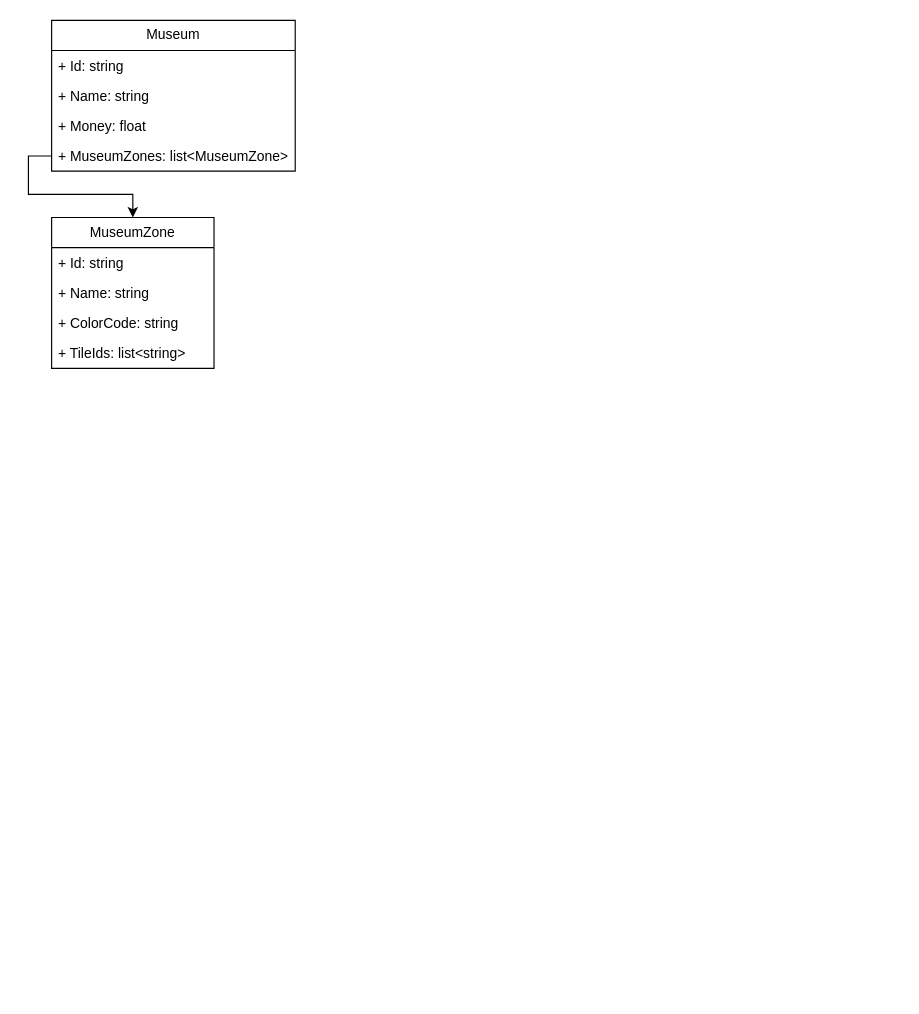
Above: page "Museum" (3 of 3) of MuseumArchitecture.drawio in shadmanArko/ProjectMuseum (draw.io), before the change. Source tidied: cells renumbered, new cells numbered last; positions are measured from the earlier drawing's top-left corner, leaving out a move shared by most shapes. Both pictures are drawn from the tidied source at 116%, with x=0, y=0 at pixel (51, 20).
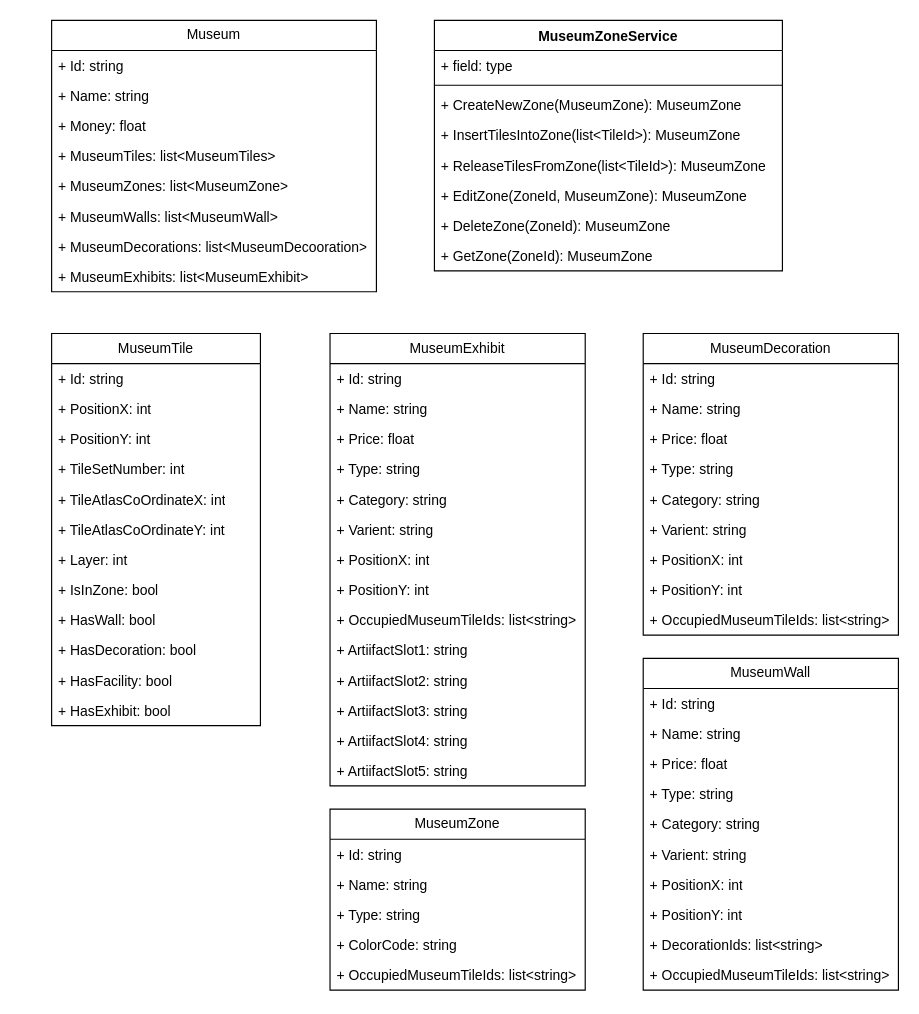
After the change.

Commit message (it also covers changes not shown here):
Update Museum Archi

Diff of the diagram source:
```diff
@@
     <mxCell id="2" value="MuseumZone" style="swimlane;fontStyle=0;horizontal=1;startSize=26;fillColor=none;whiteSpace=wrap;html=1;" parent="1" vertex="1">
-      <mxGeometry y="170" width="140" height="130" as="geometry" />
+      <mxGeometry x="240" y="680" width="220" height="156" as="geometry" />
     </mxCell>
     <mxCell id="3" value="+ Id: string" style="text;strokeColor=none;fillColor=none;align=left;verticalAlign=top;spacingLeft=4;spacingRight=4;overflow=hidden;whiteSpace=wrap;html=1;" parent="2" vertex="1">
-      <mxGeometry y="26" width="140" height="26" as="geometry" />
+      <mxGeometry y="26" width="220" height="26" as="geometry" />
     </mxCell>
     <mxCell id="4" value="+ Name: string" style="text;strokeColor=none;fillColor=none;align=left;verticalAlign=top;spacingLeft=4;spacingRight=4;overflow=hidden;whiteSpace=wrap;html=1;" parent="2" vertex="1">
-      <mxGeometry y="52" width="140" height="26" as="geometry" />
+      <mxGeometry y="52" width="220" height="26" as="geometry" />
     </mxCell>
+    <mxCell id="13" value="+ Type: string" style="text;strokeColor=none;fillColor=none;align=left;verticalAlign=top;spacingLeft=4;spacingRight=4;overflow=hidden;whiteSpace=wrap;html=1;" parent="2" vertex="1">
+      <mxGeometry y="78" width="220" height="26" as="geometry" />
+    </mxCell>
     <mxCell id="5" value="+ ColorCode: string" style="text;strokeColor=none;fillColor=none;align=left;verticalAlign=top;spacingLeft=4;spacingRight=4;overflow=hidden;whiteSpace=wrap;html=1;" parent="2" vertex="1">
-      <mxGeometry y="78" width="140" height="26" as="geometry" />
+      <mxGeometry y="104" width="220" height="26" as="geometry" />
     </mxCell>
-    <mxCell id="6" value="+ TileIds: list&amp;lt;string&amp;gt;" style="text;strokeColor=none;fillColor=none;align=left;verticalAlign=top;spacingLeft=4;spacingRight=4;overflow=hidden;whiteSpace=wrap;html=1;" parent="2" vertex="1">
-      <mxGeometry y="104" width="140" height="26" as="geometry" />
+    <mxCell id="6" value="+ OccupiedMuseumTileIds: list&amp;lt;string&amp;gt;" style="text;strokeColor=none;fillColor=none;align=left;verticalAlign=top;spacingLeft=4;spacingRight=4;overflow=hidden;whiteSpace=wrap;html=1;" parent="2" vertex="1">
+      <mxGeometry y="130" width="220" height="26" as="geometry" />
     </mxCell>
     <mxCell id="7" value="Museum" style="swimlane;fontStyle=0;horizontal=1;startSize=26;fillColor=none;whiteSpace=wrap;html=1;" parent="1" vertex="1">
-      <mxGeometry width="210" height="130" as="geometry" />
+      <mxGeometry width="280" height="234" as="geometry" />
     </mxCell>
     <mxCell id="8" value="+ Id: string" style="text;strokeColor=none;fillColor=none;align=left;verticalAlign=top;spacingLeft=4;spacingRight=4;overflow=hidden;whiteSpace=wrap;html=1;" parent="7" vertex="1">
-      <mxGeometry y="26" width="210" height="26" as="geometry" />
+      <mxGeometry y="26" width="280" height="26" as="geometry" />
     </mxCell>
     <mxCell id="9" value="+ Name: string" style="text;strokeColor=none;fillColor=none;align=left;verticalAlign=top;spacingLeft=4;spacingRight=4;overflow=hidden;whiteSpace=wrap;html=1;" parent="7" vertex="1">
-      <mxGeometry y="52" width="210" height="26" as="geometry" />
+      <mxGeometry y="52" width="280" height="26" as="geometry" />
     </mxCell>
     <mxCell id="10" value="+ Money: float" style="text;strokeColor=none;fillColor=none;align=left;verticalAlign=top;spacingLeft=4;spacingRight=4;overflow=hidden;whiteSpace=wrap;html=1;" parent="7" vertex="1">
-      <mxGeometry y="78" width="210" height="26" as="geometry" />
+      <mxGeometry y="78" width="280" height="26" as="geometry" />
     </mxCell>
+    <mxCell id="14" value="+ MuseumTiles: list&amp;lt;MuseumTiles&amp;gt;" style="text;strokeColor=none;fillColor=none;align=left;verticalAlign=top;spacingLeft=4;spacingRight=4;overflow=hidden;whiteSpace=wrap;html=1;" parent="7" vertex="1">
+      <mxGeometry y="104" width="280" height="26" as="geometry" />
+    </mxCell>
     <mxCell id="11" value="+ MuseumZones: list&amp;lt;MuseumZone&amp;gt;" style="text;strokeColor=none;fillColor=none;align=left;verticalAlign=top;spacingLeft=4;spacingRight=4;overflow=hidden;points=[[0,0.5],[1,0.5]];portConstraint=eastwest;whiteSpace=wrap;html=1;" parent="7" vertex="1">
-      <mxGeometry y="104" width="210" height="26" as="geometry" />
+      <mxGeometry y="130" width="280" height="26" as="geometry" />
     </mxCell>
-    <mxCell id="12" style="edgeStyle=orthogonalEdgeStyle;rounded=0;jettySize=auto;html=1;entryX=0.5;entryY=0;entryDx=0;entryDy=0;" parent="1" edge="1" source="11" target="2">
-      <mxGeometry relative="1" as="geometry" />
-    </mxCell>
+    <mxCell id="15" value="+ MuseumWalls: list&amp;lt;MuseumWall&amp;gt;" style="text;strokeColor=none;fillColor=none;align=left;verticalAlign=top;spacingLeft=4;spacingRight=4;overflow=hidden;whiteSpace=wrap;html=1;" parent="7" vertex="1">
+      <mxGeometry y="156" width="280" height="26" as="geometry" />
+    </mxCell>
+    <mxCell id="16" value="+ MuseumDecorations: list&amp;lt;MuseumDecooration&amp;gt;" style="text;strokeColor=none;fillColor=none;align=left;verticalAlign=top;spacingLeft=4;spacingRight=4;overflow=hidden;whiteSpace=wrap;html=1;" parent="7" vertex="1">
+      <mxGeometry y="182" width="280" height="26" as="geometry" />
+    </mxCell>
+    <mxCell id="17" value="+ MuseumExhibits: list&amp;lt;MuseumExhibit&amp;gt;" style="text;strokeColor=none;fillColor=none;align=left;verticalAlign=top;spacingLeft=4;spacingRight=4;overflow=hidden;whiteSpace=wrap;html=1;" parent="7" vertex="1">
+      <mxGeometry y="208" width="280" height="26" as="geometry" />
+    </mxCell>
+    <mxCell id="18" value="MuseumZoneService" style="swimlane;fontStyle=1;align=center;verticalAlign=top;horizontal=1;startSize=26;whiteSpace=wrap;html=1;" parent="1" vertex="1">
+      <mxGeometry x="330" width="300" height="216" as="geometry" />
+    </mxCell>
+    <mxCell id="19" value="+ field: type" style="text;strokeColor=none;fillColor=none;align=left;verticalAlign=top;spacingLeft=4;spacingRight=4;overflow=hidden;whiteSpace=wrap;html=1;" parent="18" vertex="1">
+      <mxGeometry y="26" width="300" height="26" as="geometry" />
+    </mxCell>
+    <mxCell id="20" style="line;strokeWidth=1;fillColor=none;align=left;verticalAlign=middle;spacingTop=-1;spacingLeft=3;spacingRight=3;labelPosition=right;strokeColor=inherit;" parent="18" vertex="1">
+      <mxGeometry y="52" width="300" height="8" as="geometry" />
+    </mxCell>
+    <mxCell id="21" value="+ CreateNewZone(MuseumZone): MuseumZone" style="text;strokeColor=none;fillColor=none;align=left;verticalAlign=top;spacingLeft=4;spacingRight=4;overflow=hidden;whiteSpace=wrap;html=1;" parent="18" vertex="1">
+      <mxGeometry y="60" width="300" height="26" as="geometry" />
+    </mxCell>
+    <mxCell id="22" value="+ InsertTilesIntoZone(list&amp;lt;TileId&amp;gt;): MuseumZone" style="text;strokeColor=none;fillColor=none;align=left;verticalAlign=top;spacingLeft=4;spacingRight=4;overflow=hidden;whiteSpace=wrap;html=1;" parent="18" vertex="1">
+      <mxGeometry y="86" width="300" height="26" as="geometry" />
+    </mxCell>
+    <mxCell id="23" value="+ ReleaseTilesFromZone(list&amp;lt;TileId&amp;gt;): MuseumZone" style="text;strokeColor=none;fillColor=none;align=left;verticalAlign=top;spacingLeft=4;spacingRight=4;overflow=hidden;whiteSpace=wrap;html=1;" parent="18" vertex="1">
+      <mxGeometry y="112" width="300" height="26" as="geometry" />
+    </mxCell>
+    <mxCell id="24" value="+ EditZone(ZoneId, MuseumZone): MuseumZone" style="text;strokeColor=none;fillColor=none;align=left;verticalAlign=top;spacingLeft=4;spacingRight=4;overflow=hidden;whiteSpace=wrap;html=1;" parent="18" vertex="1">
+      <mxGeometry y="138" width="300" height="26" as="geometry" />
+    </mxCell>
+    <mxCell id="25" value="+ DeleteZone(ZoneId): MuseumZone" style="text;strokeColor=none;fillColor=none;align=left;verticalAlign=top;spacingLeft=4;spacingRight=4;overflow=hidden;whiteSpace=wrap;html=1;" parent="18" vertex="1">
+      <mxGeometry y="164" width="300" height="26" as="geometry" />
+    </mxCell>
+    <mxCell id="26" value="+ GetZone(ZoneId): MuseumZone" style="text;strokeColor=none;fillColor=none;align=left;verticalAlign=top;spacingLeft=4;spacingRight=4;overflow=hidden;whiteSpace=wrap;html=1;" parent="18" vertex="1">
+      <mxGeometry y="190" width="300" height="26" as="geometry" />
+    </mxCell>
+    <mxCell id="27" value="MuseumWall" style="swimlane;fontStyle=0;horizontal=1;startSize=26;fillColor=none;whiteSpace=wrap;html=1;" parent="1" vertex="1">
+      <mxGeometry x="510" y="550" width="220" height="286" as="geometry" />
+    </mxCell>
+    <mxCell id="28" value="+ Id: string" style="text;strokeColor=none;fillColor=none;align=left;verticalAlign=top;spacingLeft=4;spacingRight=4;overflow=hidden;whiteSpace=wrap;html=1;" parent="27" vertex="1">
+      <mxGeometry y="26" width="220" height="26" as="geometry" />
+    </mxCell>
+    <mxCell id="29" value="+ Name: string" style="text;strokeColor=none;fillColor=none;align=left;verticalAlign=top;spacingLeft=4;spacingRight=4;overflow=hidden;whiteSpace=wrap;html=1;" parent="27" vertex="1">
+      <mxGeometry y="52" width="220" height="26" as="geometry" />
+    </mxCell>
+    <mxCell id="30" value="+ Price: float" style="text;strokeColor=none;fillColor=none;align=left;verticalAlign=top;spacingLeft=4;spacingRight=4;overflow=hidden;whiteSpace=wrap;html=1;" parent="27" vertex="1">
+      <mxGeometry y="78" width="220" height="26" as="geometry" />
+    </mxCell>
+    <mxCell id="31" value="+ Type: string" style="text;strokeColor=none;fillColor=none;align=left;verticalAlign=top;spacingLeft=4;spacingRight=4;overflow=hidden;whiteSpace=wrap;html=1;" parent="27" vertex="1">
+      <mxGeometry y="104" width="220" height="26" as="geometry" />
+    </mxCell>
+    <mxCell id="32" value="+ Category: string" style="text;strokeColor=none;fillColor=none;align=left;verticalAlign=top;spacingLeft=4;spacingRight=4;overflow=hidden;whiteSpace=wrap;html=1;" parent="27" vertex="1">
+      <mxGeometry y="130" width="220" height="26" as="geometry" />
+    </mxCell>
+    <mxCell id="33" value="+ Varient: string" style="text;strokeColor=none;fillColor=none;align=left;verticalAlign=top;spacingLeft=4;spacingRight=4;overflow=hidden;whiteSpace=wrap;html=1;" parent="27" vertex="1">
+      <mxGeometry y="156" width="220" height="26" as="geometry" />
+    </mxCell>
+    <mxCell id="34" value="+ PositionX: int" style="text;strokeColor=none;fillColor=none;align=left;verticalAlign=top;spacingLeft=4;spacingRight=4;overflow=hidden;whiteSpace=wrap;html=1;" parent="27" vertex="1">
+      <mxGeometry y="182" width="220" height="26" as="geometry" />
+    </mxCell>
+    <mxCell id="35" value="+ PositionY: int" style="text;strokeColor=none;fillColor=none;align=left;verticalAlign=top;spacingLeft=4;spacingRight=4;overflow=hidden;whiteSpace=wrap;html=1;" parent="27" vertex="1">
+      <mxGeometry y="208" width="220" height="26" as="geometry" />
+    </mxCell>
+    <mxCell id="36" value="+ DecorationIds: list&amp;lt;string&amp;gt;" style="text;strokeColor=none;fillColor=none;align=left;verticalAlign=top;spacingLeft=4;spacingRight=4;overflow=hidden;whiteSpace=wrap;html=1;" parent="27" vertex="1">
+      <mxGeometry y="234" width="220" height="26" as="geometry" />
+    </mxCell>
+    <mxCell id="37" value="+ OccupiedMuseumTileIds: list&amp;lt;string&amp;gt;" style="text;strokeColor=none;fillColor=none;align=left;verticalAlign=top;spacingLeft=4;spacingRight=4;overflow=hidden;whiteSpace=wrap;html=1;" parent="27" vertex="1">
+      <mxGeometry y="260" width="220" height="26" as="geometry" />
+    </mxCell>
+    <mxCell id="38" value="MuseumDecoration" style="swimlane;fontStyle=0;horizontal=1;startSize=26;fillColor=none;whiteSpace=wrap;html=1;" parent="1" vertex="1">
+      <mxGeometry x="510" y="270" width="220" height="260" as="geometry" />
+    </mxCell>
+    <mxCell id="39" value="+ Id: string" style="text;strokeColor=none;fillColor=none;align=left;verticalAlign=top;spacingLeft=4;spacingRight=4;overflow=hidden;whiteSpace=wrap;html=1;" parent="38" vertex="1">
+      <mxGeometry y="26" width="220" height="26" as="geometry" />
+    </mxCell>
+    <mxCell id="40" value="+ Name: string" style="text;strokeColor=none;fillColor=none;align=left;verticalAlign=top;spacingLeft=4;spacingRight=4;overflow=hidden;whiteSpace=wrap;html=1;" parent="38" vertex="1">
+      <mxGeometry y="52" width="220" height="26" as="geometry" />
+    </mxCell>
+    <mxCell id="41" value="+ Price: float" style="text;strokeColor=none;fillColor=none;align=left;verticalAlign=top;spacingLeft=4;spacingRight=4;overflow=hidden;whiteSpace=wrap;html=1;" parent="38" vertex="1">
+      <mxGeometry y="78" width="220" height="26" as="geometry" />
+    </mxCell>
+    <mxCell id="42" value="+ Type: string" style="text;strokeColor=none;fillColor=none;align=left;verticalAlign=top;spacingLeft=4;spacingRight=4;overflow=hidden;whiteSpace=wrap;html=1;" parent="38" vertex="1">
+      <mxGeometry y="104" width="220" height="26" as="geometry" />
+    </mxCell>
+    <mxCell id="43" value="+ Category: string" style="text;strokeColor=none;fillColor=none;align=left;verticalAlign=top;spacingLeft=4;spacingRight=4;overflow=hidden;whiteSpace=wrap;html=1;" parent="38" vertex="1">
+      <mxGeometry y="130" width="220" height="26" as="geometry" />
+    </mxCell>
+    <mxCell id="44" value="+ Varient: string" style="text;strokeColor=none;fillColor=none;align=left;verticalAlign=top;spacingLeft=4;spacingRight=4;overflow=hidden;whiteSpace=wrap;html=1;" parent="38" vertex="1">
+      <mxGeometry y="156" width="220" height="26" as="geometry" />
+    </mxCell>
+    <mxCell id="45" value="+ PositionX: int" style="text;strokeColor=none;fillColor=none;align=left;verticalAlign=top;spacingLeft=4;spacingRight=4;overflow=hidden;whiteSpace=wrap;html=1;" parent="38" vertex="1">
+      <mxGeometry y="182" width="220" height="26" as="geometry" />
+    </mxCell>
+    <mxCell id="46" value="+ PositionY: int" style="text;strokeColor=none;fillColor=none;align=left;verticalAlign=top;spacingLeft=4;spacingRight=4;overflow=hidden;whiteSpace=wrap;html=1;" parent="38" vertex="1">
+      <mxGeometry y="208" width="220" height="26" as="geometry" />
+    </mxCell>
+    <mxCell id="47" value="+ OccupiedMuseumTileIds: list&amp;lt;string&amp;gt;" style="text;strokeColor=none;fillColor=none;align=left;verticalAlign=top;spacingLeft=4;spacingRight=4;overflow=hidden;whiteSpace=wrap;html=1;" parent="38" vertex="1">
+      <mxGeometry y="234" width="220" height="26" as="geometry" />
+    </mxCell>
+    <mxCell id="48" value="MuseumExhibit" style="swimlane;fontStyle=0;horizontal=1;startSize=26;fillColor=none;whiteSpace=wrap;html=1;" parent="1" vertex="1">
+      <mxGeometry x="240" y="270" width="220" height="390" as="geometry" />
+    </mxCell>
+    <mxCell id="49" value="+ Id: string" style="text;strokeColor=none;fillColor=none;align=left;verticalAlign=top;spacingLeft=4;spacingRight=4;overflow=hidden;whiteSpace=wrap;html=1;" parent="48" vertex="1">
+      <mxGeometry y="26" width="220" height="26" as="geometry" />
+    </mxCell>
+    <mxCell id="50" value="+ Name: string" style="text;strokeColor=none;fillColor=none;align=left;verticalAlign=top;spacingLeft=4;spacingRight=4;overflow=hidden;whiteSpace=wrap;html=1;" parent="48" vertex="1">
+      <mxGeometry y="52" width="220" height="26" as="geometry" />
+    </mxCell>
+    <mxCell id="51" value="+ Price: float" style="text;strokeColor=none;fillColor=none;align=left;verticalAlign=top;spacingLeft=4;spacingRight=4;overflow=hidden;whiteSpace=wrap;html=1;" parent="48" vertex="1">
+      <mxGeometry y="78" width="220" height="26" as="geometry" />
+    </mxCell>
+    <mxCell id="52" value="+ Type: string" style="text;strokeColor=none;fillColor=none;align=left;verticalAlign=top;spacingLeft=4;spacingRight=4;overflow=hidden;whiteSpace=wrap;html=1;" parent="48" vertex="1">
+      <mxGeometry y="104" width="220" height="26" as="geometry" />
+    </mxCell>
+    <mxCell id="53" value="+ Category: string" style="text;strokeColor=none;fillColor=none;align=left;verticalAlign=top;spacingLeft=4;spacingRight=4;overflow=hidden;whiteSpace=wrap;html=1;" parent="48" vertex="1">
+      <mxGeometry y="130" width="220" height="26" as="geometry" />
+    </mxCell>
+    <mxCell id="54" value="+ Varient: string" style="text;strokeColor=none;fillColor=none;align=left;verticalAlign=top;spacingLeft=4;spacingRight=4;overflow=hidden;whiteSpace=wrap;html=1;" parent="48" vertex="1">
+      <mxGeometry y="156" width="220" height="26" as="geometry" />
+    </mxCell>
+    <mxCell id="55" value="+ PositionX: int" style="text;strokeColor=none;fillColor=none;align=left;verticalAlign=top;spacingLeft=4;spacingRight=4;overflow=hidden;whiteSpace=wrap;html=1;" parent="48" vertex="1">
+      <mxGeometry y="182" width="220" height="26" as="geometry" />
+    </mxCell>
+    <mxCell id="56" value="+ PositionY: int" style="text;strokeColor=none;fillColor=none;align=left;verticalAlign=top;spacingLeft=4;spacingRight=4;overflow=hidden;whiteSpace=wrap;html=1;" parent="48" vertex="1">
+      <mxGeometry y="208" width="220" height="26" as="geometry" />
+    </mxCell>
+    <mxCell id="57" value="+ OccupiedMuseumTileIds: list&amp;lt;string&amp;gt;" style="text;strokeColor=none;fillColor=none;align=left;verticalAlign=top;spacingLeft=4;spacingRight=4;overflow=hidden;whiteSpace=wrap;html=1;" parent="48" vertex="1">
+      <mxGeometry y="234" width="220" height="26" as="geometry" />
+    </mxCell>
+    <mxCell id="58" value="+ ArtiifactSlot1: string" style="text;strokeColor=none;fillColor=none;align=left;verticalAlign=top;spacingLeft=4;spacingRight=4;overflow=hidden;whiteSpace=wrap;html=1;" parent="48" vertex="1">
+      <mxGeometry y="260" width="220" height="26" as="geometry" />
+    </mxCell>
+    <mxCell id="59" value="+ ArtiifactSlot2: string" style="text;strokeColor=none;fillColor=none;align=left;verticalAlign=top;spacingLeft=4;spacingRight=4;overflow=hidden;whiteSpace=wrap;html=1;" parent="48" vertex="1">
+      <mxGeometry y="286" width="220" height="26" as="geometry" />
+    </mxCell>
+    <mxCell id="60" value="+ ArtiifactSlot3: string" style="text;strokeColor=none;fillColor=none;align=left;verticalAlign=top;spacingLeft=4;spacingRight=4;overflow=hidden;whiteSpace=wrap;html=1;" parent="48" vertex="1">
+      <mxGeometry y="312" width="220" height="26" as="geometry" />
+    </mxCell>
+    <mxCell id="61" value="+ ArtiifactSlot4: string" style="text;strokeColor=none;fillColor=none;align=left;verticalAlign=top;spacingLeft=4;spacingRight=4;overflow=hidden;whiteSpace=wrap;html=1;" parent="48" vertex="1">
+      <mxGeometry y="338" width="220" height="26" as="geometry" />
+    </mxCell>
+    <mxCell id="62" value="+ ArtiifactSlot5: string" style="text;strokeColor=none;fillColor=none;align=left;verticalAlign=top;spacingLeft=4;spacingRight=4;overflow=hidden;whiteSpace=wrap;html=1;" parent="48" vertex="1">
+      <mxGeometry y="364" width="220" height="26" as="geometry" />
+    </mxCell>
+    <mxCell id="63" value="MuseumTile" style="swimlane;fontStyle=0;horizontal=1;startSize=26;fillColor=none;whiteSpace=wrap;html=1;" parent="1" vertex="1">
+      <mxGeometry y="270" width="180" height="338" as="geometry" />
+    </mxCell>
+    <mxCell id="64" value="+ Id: string" style="text;strokeColor=none;fillColor=none;align=left;verticalAlign=top;spacingLeft=4;spacingRight=4;overflow=hidden;whiteSpace=wrap;html=1;" parent="63" vertex="1">
+      <mxGeometry y="26" width="180" height="26" as="geometry" />
+    </mxCell>
+    <mxCell id="65" value="+ PositionX: int" style="text;strokeColor=none;fillColor=none;align=left;verticalAlign=top;spacingLeft=4;spacingRight=4;overflow=hidden;whiteSpace=wrap;html=1;" parent="63" vertex="1">
+      <mxGeometry y="52" width="180" height="26" as="geometry" />
+    </mxCell>
+    <mxCell id="66" value="+ PositionY: int" style="text;strokeColor=none;fillColor=none;align=left;verticalAlign=top;spacingLeft=4;spacingRight=4;overflow=hidden;whiteSpace=wrap;html=1;" parent="63" vertex="1">
+      <mxGeometry y="78" width="180" height="26" as="geometry" />
+    </mxCell>
+    <mxCell id="67" value="+ TileSetNumber: int" style="text;strokeColor=none;fillColor=none;align=left;verticalAlign=top;spacingLeft=4;spacingRight=4;overflow=hidden;whiteSpace=wrap;html=1;" parent="63" vertex="1">
+      <mxGeometry y="104" width="180" height="26" as="geometry" />
+    </mxCell>
+    <mxCell id="68" value="+ TileAtlasCoOrdinateX: int" style="text;strokeColor=none;fillColor=none;align=left;verticalAlign=top;spacingLeft=4;spacingRight=4;overflow=hidden;whiteSpace=wrap;html=1;" parent="63" vertex="1">
+      <mxGeometry y="130" width="180" height="26" as="geometry" />
+    </mxCell>
+    <mxCell id="69" value="+ TileAtlasCoOrdinateY: int" style="text;strokeColor=none;fillColor=none;align=left;verticalAlign=top;spacingLeft=4;spacingRight=4;overflow=hidden;whiteSpace=wrap;html=1;" parent="63" vertex="1">
+      <mxGeometry y="156" width="180" height="26" as="geometry" />
+    </mxCell>
+    <mxCell id="70" value="+ Layer: int" style="text;strokeColor=none;fillColor=none;align=left;verticalAlign=top;spacingLeft=4;spacingRight=4;overflow=hidden;whiteSpace=wrap;html=1;" parent="63" vertex="1">
+      <mxGeometry y="182" width="180" height="26" as="geometry" />
+    </mxCell>
+    <mxCell id="71" value="+ IsInZone: bool" style="text;strokeColor=none;fillColor=none;align=left;verticalAlign=top;spacingLeft=4;spacingRight=4;overflow=hidden;whiteSpace=wrap;html=1;" parent="63" vertex="1">
+      <mxGeometry y="208" width="180" height="26" as="geometry" />
+    </mxCell>
+    <mxCell id="72" value="+ HasWall: bool" style="text;strokeColor=none;fillColor=none;align=left;verticalAlign=top;spacingLeft=4;spacingRight=4;overflow=hidden;whiteSpace=wrap;html=1;" parent="63" vertex="1">
+      <mxGeometry y="234" width="180" height="26" as="geometry" />
+    </mxCell>
+    <mxCell id="73" value="+ HasDecoration: bool" style="text;strokeColor=none;fillColor=none;align=left;verticalAlign=top;spacingLeft=4;spacingRight=4;overflow=hidden;whiteSpace=wrap;html=1;" parent="63" vertex="1">
+      <mxGeometry y="260" width="180" height="26" as="geometry" />
+    </mxCell>
+    <mxCell id="74" value="+ HasFacility: bool" style="text;strokeColor=none;fillColor=none;align=left;verticalAlign=top;spacingLeft=4;spacingRight=4;overflow=hidden;whiteSpace=wrap;html=1;" parent="63" vertex="1">
+      <mxGeometry y="286" width="180" height="26" as="geometry" />
+    </mxCell>
+    <mxCell id="75" value="+ HasExhibit: bool" style="text;strokeColor=none;fillColor=none;align=left;verticalAlign=top;spacingLeft=4;spacingRight=4;overflow=hidden;whiteSpace=wrap;html=1;" parent="63" vertex="1">
+      <mxGeometry y="312" width="180" height="26" as="geometry" />
+    </mxCell>
```
